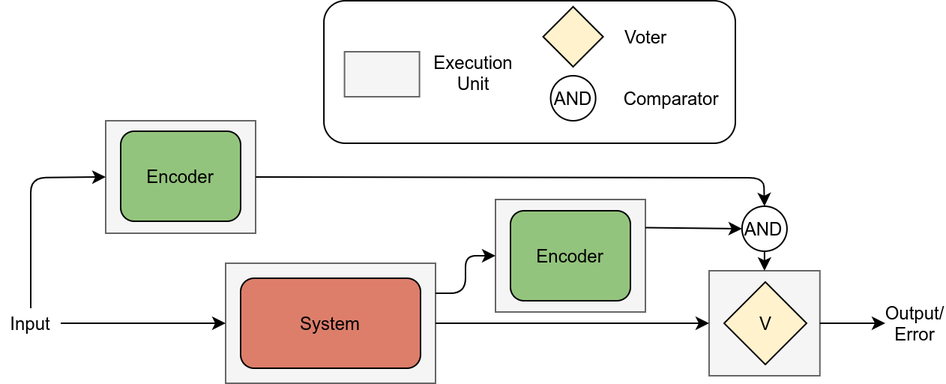
Before: images/ECC.png, a diagram exported from draw.io (Boffmann/masterThesis). Source tidied: cells renumbered, new cells last; positions are measured from the earlier drawing's top-left corner, leaving out a move shared by most shapes.
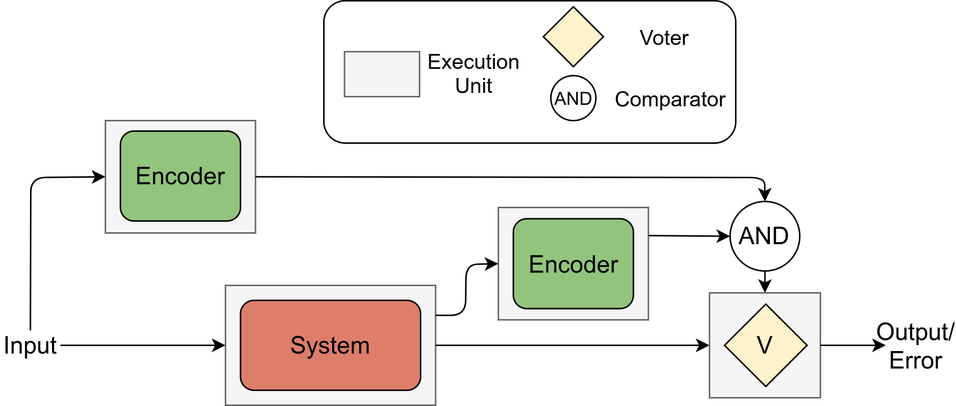
Later version of the same file.

The edit, as a diff of the source:
```diff
@@ -3,38 +3,38 @@
     <mxCell id="0" />
     <mxCell id="1" parent="0" />
     <mxCell id="2" style="rounded=0;whiteSpace=wrap;html=1;fillColor=#f5f5f5;strokeColor=#666666;fontColor=#333333;" parent="1" vertex="1">
-      <mxGeometry x="150" y="175" width="140" height="80" as="geometry" />
+      <mxGeometry x="183.8" y="-870" width="140" height="80" as="geometry" />
     </mxCell>
     <mxCell id="3" style="rounded=0;whiteSpace=wrap;html=1;fillColor=#f5f5f5;strokeColor=#666666;fontColor=#333333;" parent="1" vertex="1">
-      <mxGeometry x="330" y="132.5" width="100" height="75" as="geometry" />
+      <mxGeometry x="365.6" y="-922" width="100" height="75" as="geometry" />
     </mxCell>
     <mxCell id="4" style="rounded=0;whiteSpace=wrap;html=1;fillColor=#f5f5f5;strokeColor=#666666;fontColor=#333333;" parent="1" vertex="1">
-      <mxGeometry x="70" y="80" width="100" height="75" as="geometry" />
+      <mxGeometry x="103.8" y="-980" width="100" height="75" as="geometry" />
     </mxCell>
-    <mxCell id="5" value="Encoder" style="rounded=1;whiteSpace=wrap;html=1;fillColor=#93C47D;" parent="1" vertex="1">
-      <mxGeometry x="80" y="87" width="80" height="60" as="geometry" />
+    <mxCell id="5" value="&lt;font style=&quot;font-size: 16px&quot;&gt;Encoder&lt;/font&gt;" style="rounded=1;whiteSpace=wrap;html=1;fillColor=#93C47D;" parent="1" vertex="1">
+      <mxGeometry x="113.8" y="-973" width="80" height="60" as="geometry" />
     </mxCell>
-    <mxCell id="6" value="System" style="rounded=1;whiteSpace=wrap;html=1;fillColor=#DD7E6B;" parent="1" vertex="1">
-      <mxGeometry x="160" y="185" width="120" height="60" as="geometry" />
+    <mxCell id="6" value="&lt;font style=&quot;font-size: 16px&quot;&gt;System&lt;/font&gt;" style="rounded=1;whiteSpace=wrap;html=1;fillColor=#DD7E6B;" parent="1" vertex="1">
+      <mxGeometry x="193.8" y="-860" width="120" height="60" as="geometry" />
     </mxCell>
-    <mxCell id="7" value="Encoder" style="rounded=1;whiteSpace=wrap;html=1;fillColor=#93C47D;" parent="1" vertex="1">
-      <mxGeometry x="340" y="140" width="80" height="60" as="geometry" />
+    <mxCell id="7" value="&lt;font style=&quot;font-size: 16px&quot;&gt;Encoder&lt;/font&gt;" style="rounded=1;whiteSpace=wrap;html=1;fillColor=#93C47D;" parent="1" vertex="1">
+      <mxGeometry x="375.6" y="-914.5" width="80" height="60" as="geometry" />
     </mxCell>
     <mxCell id="8" style="rounded=0;whiteSpace=wrap;html=1;fillColor=#f5f5f5;strokeColor=#666666;fontColor=#333333;" parent="1" vertex="1">
-      <mxGeometry x="472.5" y="180" width="73.9" height="70" as="geometry" />
+      <mxGeometry x="506.2" y="-865" width="73.9" height="70" as="geometry" />
     </mxCell>
-    <mxCell id="9" value="V" style="rhombus;whiteSpace=wrap;html=1;fillColor=#FFF2CC;" parent="1" vertex="1">
-      <mxGeometry x="482.5" y="187.5" width="55" height="55" as="geometry" />
+    <mxCell id="9" value="&lt;font style=&quot;font-size: 16px&quot;&gt;V&lt;/font&gt;" style="rhombus;whiteSpace=wrap;html=1;fillColor=#FFF2CC;" parent="1" vertex="1">
+      <mxGeometry x="516.2" y="-857.5" width="55" height="55" as="geometry" />
     </mxCell>
     <mxCell id="10" style="endArrow=classic;html=1;exitX=1;exitY=0.5;exitDx=0;exitDy=0;entryX=0.5;entryY=0;entryDx=0;entryDy=0;" parent="1" edge="1" source="4" target="11">
       <mxGeometry relative="1" as="geometry">
         <Array as="points">
-          <mxPoint x="509" y="118" />
+          <mxPoint x="543" y="-942" />
         </Array>
       </mxGeometry>
     </mxCell>
-    <mxCell id="11" value="AND" style="ellipse;whiteSpace=wrap;html=1;" parent="1" vertex="1">
-      <mxGeometry x="494.4" y="137" width="30" height="30" as="geometry" />
+    <mxCell id="11" value="&lt;font style=&quot;font-size: 16px&quot;&gt;AND&lt;/font&gt;" style="ellipse;whiteSpace=wrap;html=1;" parent="1" vertex="1">
+      <mxGeometry x="520" y="-926" width="46.4" height="46.4" as="geometry" />
     </mxCell>
     <mxCell id="12" style="endArrow=classic;html=1;exitX=1;exitY=0.25;exitDx=0;exitDy=0;entryX=0;entryY=0.5;entryDx=0;entryDy=0;" parent="1" edge="1" source="3" target="11">
       <mxGeometry relative="1" as="geometry" />
@@ -42,8 +42,8 @@
     <mxCell id="13" style="endArrow=classic;html=1;exitX=1;exitY=0.25;exitDx=0;exitDy=0;entryX=0;entryY=0.5;entryDx=0;entryDy=0;" parent="1" edge="1" source="2" target="3">
       <mxGeometry relative="1" as="geometry">
         <Array as="points">
-          <mxPoint x="310" y="195" />
-          <mxPoint x="310" y="170" />
+          <mxPoint x="343.8" y="-850" />
+          <mxPoint x="344" y="-884" />
         </Array>
       </mxGeometry>
     </mxCell>
@@ -56,44 +56,44 @@
     <mxCell id="16" style="endArrow=classic;html=1;exitX=0.5;exitY=0;exitDx=0;exitDy=0;entryX=0;entryY=0.5;entryDx=0;entryDy=0;" parent="1" edge="1" source="17" target="4">
       <mxGeometry relative="1" as="geometry">
         <Array as="points">
-          <mxPoint x="20" y="118" />
+          <mxPoint x="54" y="-942" />
         </Array>
       </mxGeometry>
     </mxCell>
-    <mxCell id="17" value="Input" style="text;html=1;strokeColor=none;fillColor=none;align=center;verticalAlign=middle;whiteSpace=wrap;rounded=0;" parent="1" vertex="1">
-      <mxGeometry y="205" width="40" height="20" as="geometry" />
+    <mxCell id="17" value="&lt;font style=&quot;font-size: 16px&quot;&gt;Input&lt;/font&gt;" style="text;html=1;strokeColor=none;fillColor=none;align=center;verticalAlign=middle;whiteSpace=wrap;rounded=0;" parent="1" vertex="1">
+      <mxGeometry x="33.8" y="-840" width="40" height="20" as="geometry" />
     </mxCell>
     <mxCell id="18" style="endArrow=classic;html=1;exitX=1;exitY=0.5;exitDx=0;exitDy=0;entryX=0;entryY=0.5;entryDx=0;entryDy=0;" parent="1" edge="1" source="17" target="2">
       <mxGeometry relative="1" as="geometry" />
     </mxCell>
     <mxCell id="19" style="endArrow=classic;html=1;exitX=1;exitY=0.5;exitDx=0;exitDy=0;" parent="1" edge="1" source="8">
       <mxGeometry relative="1" as="geometry">
-        <mxPoint x="590" y="215" as="targetPoint" />
+        <mxPoint x="623.8" y="-830" as="targetPoint" />
       </mxGeometry>
     </mxCell>
-    <mxCell id="20" value="Output/&lt;br&gt;Error" style="text;html=1;strokeColor=none;fillColor=none;align=center;verticalAlign=middle;whiteSpace=wrap;rounded=0;" parent="1" vertex="1">
-      <mxGeometry x="590" y="205" width="40" height="20" as="geometry" />
+    <mxCell id="20" value="&lt;font style=&quot;font-size: 16px&quot;&gt;Output/&lt;br&gt;Error&lt;/font&gt;" style="text;html=1;strokeColor=none;fillColor=none;align=center;verticalAlign=middle;whiteSpace=wrap;rounded=0;" parent="1" vertex="1">
+      <mxGeometry x="623.8" y="-840" width="40" height="20" as="geometry" />
     </mxCell>
     <mxCell id="21" style="rounded=1;whiteSpace=wrap;html=1;" parent="1" vertex="1">
-      <mxGeometry x="215.6" width="274.4" height="95" as="geometry" />
+      <mxGeometry x="249.3" y="-1060" width="274.4" height="95" as="geometry" />
     </mxCell>
     <mxCell id="22" style="rounded=0;whiteSpace=wrap;html=1;fillColor=#f5f5f5;strokeColor=#666666;fontColor=#333333;" parent="1" vertex="1">
-      <mxGeometry x="229.3" y="34" width="50" height="30" as="geometry" />
+      <mxGeometry x="263" y="-1026" width="50" height="30" as="geometry" />
     </mxCell>
-    <mxCell id="23" value="Execution&lt;br&gt;Unit" style="text;html=1;align=center;verticalAlign=middle;" parent="1" vertex="1">
-      <mxGeometry x="280" y="32.5" width="70" height="30" as="geometry" />
+    <mxCell id="23" value="&lt;font style=&quot;font-size: 14px&quot;&gt;Execution&lt;br&gt;Unit&lt;/font&gt;" style="text;html=1;align=center;verticalAlign=middle;" parent="1" vertex="1">
+      <mxGeometry x="308.7" y="-1032.5" width="80" height="40" as="geometry" />
     </mxCell>
     <mxCell id="24" style="rhombus;whiteSpace=wrap;html=1;fillColor=#FFF2CC;" parent="1" vertex="1">
-      <mxGeometry x="361.8" y="4" width="40" height="40" as="geometry" />
+      <mxGeometry x="395.6" y="-1056" width="40" height="40" as="geometry" />
     </mxCell>
-    <mxCell id="25" value="Voter" style="text;html=1;align=center;verticalAlign=middle;" parent="1" vertex="1">
-      <mxGeometry x="410" y="14" width="40" height="20" as="geometry" />
+    <mxCell id="25" value="&lt;font style=&quot;font-size: 14px&quot;&gt;Voter&lt;/font&gt;" style="text;html=1;align=center;verticalAlign=middle;" parent="1" vertex="1">
+      <mxGeometry x="451.2" y="-1046" width="50" height="20" as="geometry" />
     </mxCell>
     <mxCell id="26" value="AND" style="ellipse;whiteSpace=wrap;html=1;" parent="1" vertex="1">
-      <mxGeometry x="366.8" y="50" width="30" height="30" as="geometry" />
+      <mxGeometry x="400.6" y="-1010" width="30" height="30" as="geometry" />
     </mxCell>
-    <mxCell id="27" value="Comparator" style="text;html=1;align=center;verticalAlign=middle;" parent="1" vertex="1">
-      <mxGeometry x="406.5" y="55" width="80" height="20" as="geometry" />
+    <mxCell id="27" value="&lt;font style=&quot;font-size: 14px&quot;&gt;Comparator&lt;/font&gt;" style="text;html=1;align=center;verticalAlign=middle;" parent="1" vertex="1">
+      <mxGeometry x="435.2" y="-1005" width="90" height="20" as="geometry" />
     </mxCell>
   </root>
 </mxGraphModel>
```
